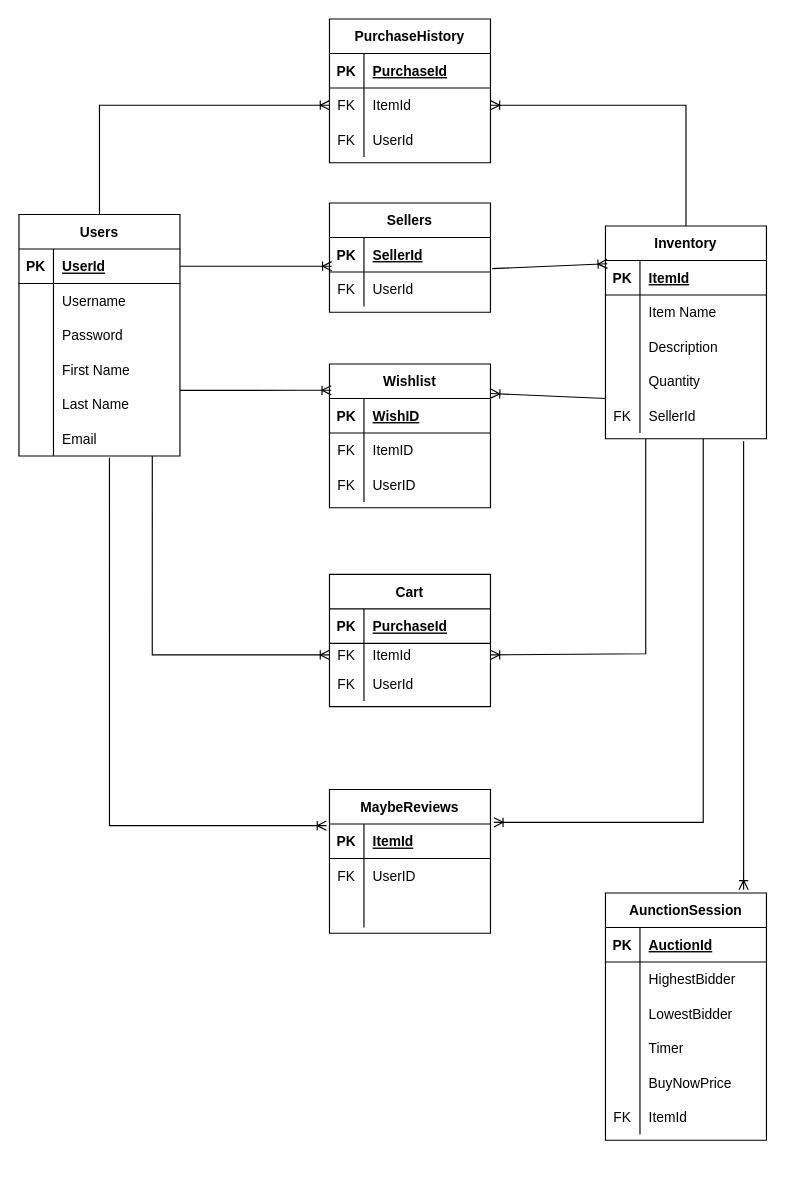
Before: Untitled Diagram.drawio in AlvinAlagos/E-CommerceProject, a draw.io diagram. Source tidied: cells renumbered, new cells numbered last; positions are measured from the earlier drawing's top-left corner, leaving out a move shared by most shapes. Both pictures are drawn from the tidied source at 115%, with x=0, y=0 at pixel (18, 18).
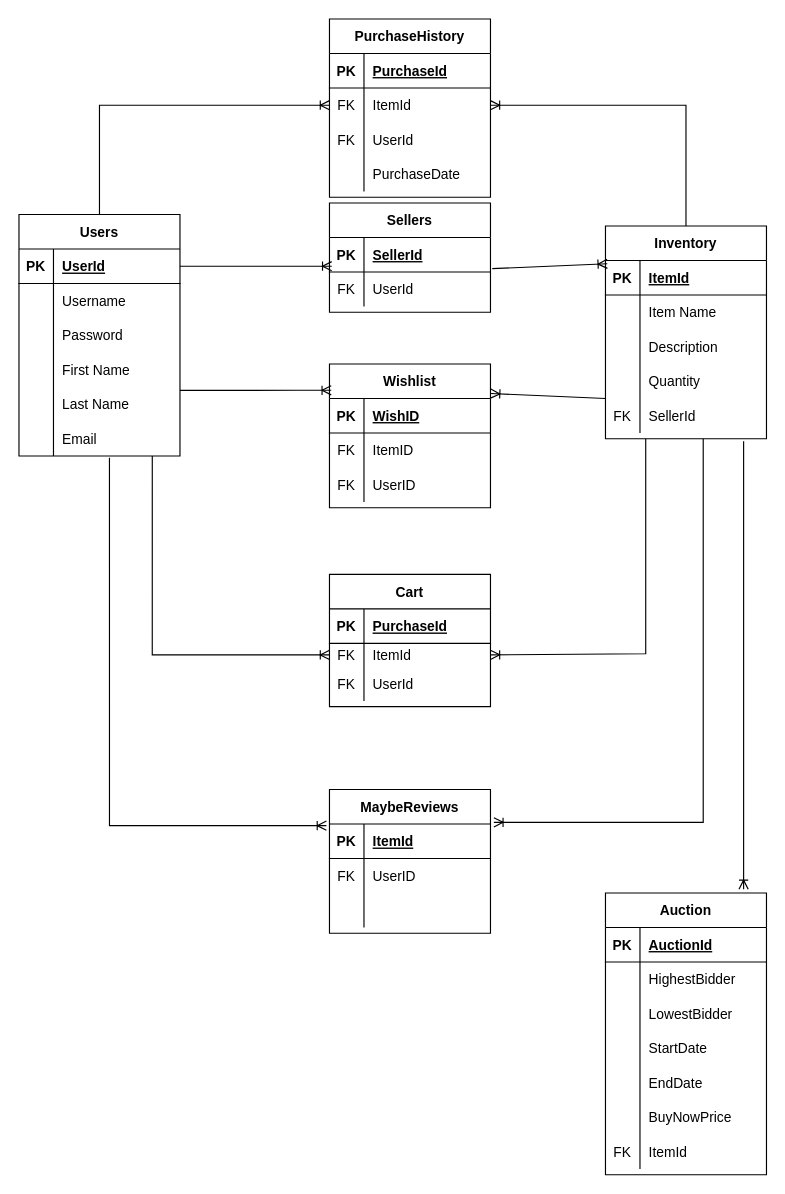
The same page after the edit.

Commit message:
updated purchase history and auction

The edit, as a diff of the source:
```diff
@@
     <mxCell id="64" value="PurchaseHistory" style="shape=table;startSize=30;childLayout=tableLayout;rowLines=0;fontStyle=1;align=center;" parent="1" vertex="1">
-      <mxGeometry x="270" width="140" height="125" as="geometry" />
+      <mxGeometry x="270" width="140" height="155" as="geometry" />
     </mxCell>
@@
+    <mxCell id="114" style="shape=partialRectangle;fillColor=none;top=0;left=0;right=0;bottom=0;" parent="64" vertex="1">
+      <mxGeometry y="120" width="140" height="30" as="geometry" />
+    </mxCell>
+    <mxCell id="115" style="shape=partialRectangle;overflow=hidden;fillColor=none;top=0;left=0;bottom=0;right=0;" parent="114" vertex="1">
+      <mxGeometry width="30" height="30" as="geometry" />
+    </mxCell>
+    <mxCell id="116" value="PurchaseDate" style="shape=partialRectangle;overflow=hidden;fillColor=none;top=0;left=0;bottom=0;right=0;align=left;spacingLeft=6;" parent="114" vertex="1">
+      <mxGeometry x="30" width="110" height="30" as="geometry" />
+    </mxCell>
-    <mxCell id="74" value="AunctionSession" style="shape=table;startSize=30;childLayout=tableLayout;rowLines=0;fontStyle=1;align=center;" parent="1" vertex="1">
-      <mxGeometry x="510" y="760" width="140" height="215" as="geometry" />
+    <mxCell id="74" value="Auction" style="shape=table;startSize=30;childLayout=tableLayout;rowLines=0;fontStyle=1;align=center;" parent="1" vertex="1">
+      <mxGeometry x="510" y="760" width="140" height="245" as="geometry" />
     </mxCell>
@@
+    <mxCell id="117" style="shape=partialRectangle;fillColor=none;top=0;left=0;right=0;bottom=0;" parent="74" vertex="1">
+      <mxGeometry y="120" width="140" height="30" as="geometry" />
+    </mxCell>
+    <mxCell id="118" style="shape=partialRectangle;overflow=hidden;fillColor=none;top=0;left=0;bottom=0;right=0;" parent="117" vertex="1">
+      <mxGeometry width="30" height="30" as="geometry" />
+    </mxCell>
+    <mxCell id="119" value="StartDate" style="shape=partialRectangle;overflow=hidden;fillColor=none;top=0;left=0;bottom=0;right=0;align=left;spacingLeft=6;" parent="117" vertex="1">
+      <mxGeometry x="30" width="110" height="30" as="geometry" />
+    </mxCell>
     <mxCell id="84" style="shape=partialRectangle;fillColor=none;top=0;left=0;right=0;bottom=0;" parent="74" vertex="1">
-      <mxGeometry y="120" width="140" height="30" as="geometry" />
+      <mxGeometry y="150" width="140" height="30" as="geometry" />
     </mxCell>
@@
-    <mxCell id="86" value="Timer" style="shape=partialRectangle;overflow=hidden;fillColor=none;top=0;left=0;bottom=0;right=0;align=left;spacingLeft=6;" parent="84" vertex="1">
+    <mxCell id="86" value="EndDate" style="shape=partialRectangle;overflow=hidden;fillColor=none;top=0;left=0;bottom=0;right=0;align=left;spacingLeft=6;" parent="84" vertex="1">
       <mxGeometry x="30" width="110" height="30" as="geometry" />
     </mxCell>
     <mxCell id="87" style="shape=partialRectangle;fillColor=none;top=0;left=0;right=0;bottom=0;" parent="74" vertex="1">
-      <mxGeometry y="150" width="140" height="30" as="geometry" />
+      <mxGeometry y="180" width="140" height="30" as="geometry" />
     </mxCell>
@@
     <mxCell id="90" style="shape=partialRectangle;fillColor=none;top=0;left=0;right=0;bottom=0;" parent="74" vertex="1">
-      <mxGeometry y="180" width="140" height="30" as="geometry" />
+      <mxGeometry y="210" width="140" height="30" as="geometry" />
     </mxCell>
```
